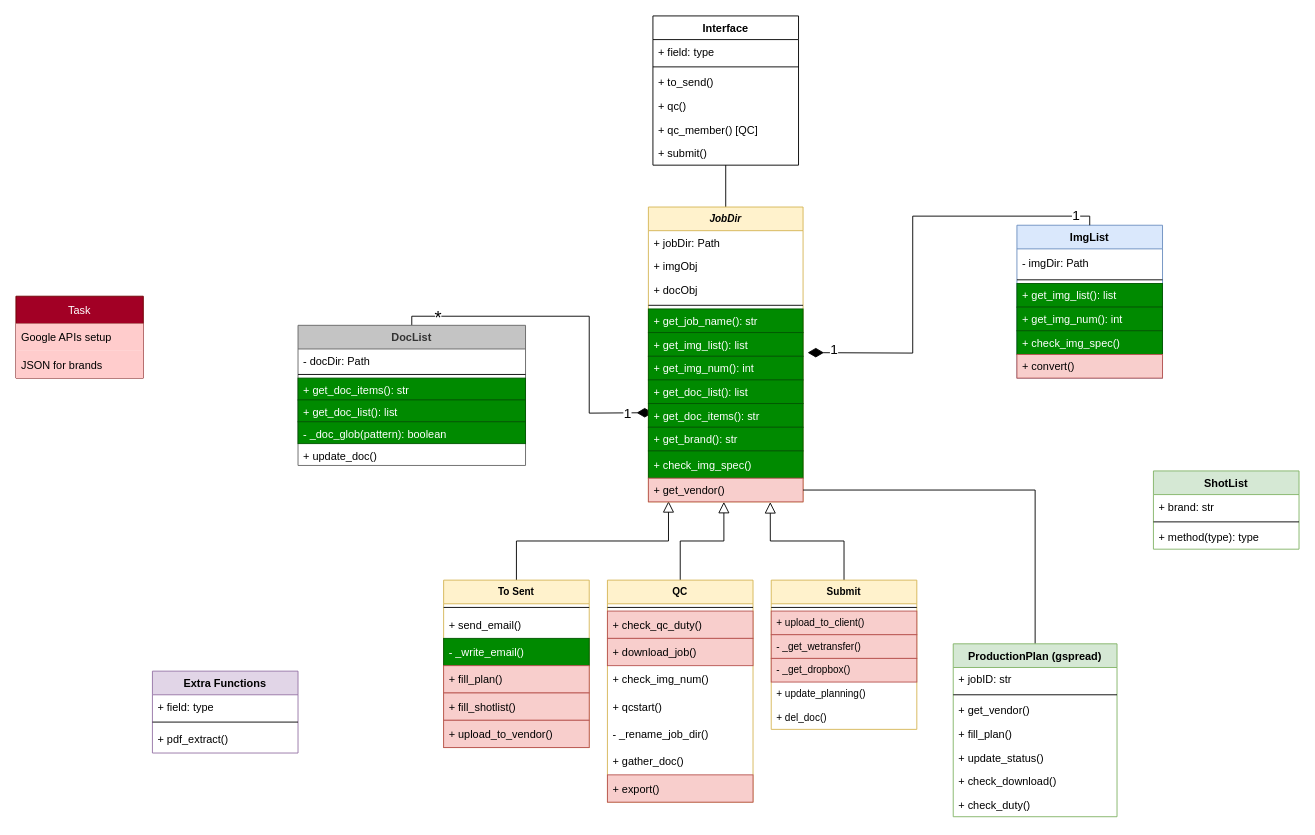
Above: page "Class Diagram" (1 of 2) of python/IHS Class Diagram.drawio in pugtooone/IHS (draw.io), before the change. Source tidied: cells renumbered, new cells numbered last; positions are measured from the earlier drawing's top-left corner, leaving out a move shared by most shapes. Both pictures are drawn from the tidied source at 91%, with x=0, y=0 at pixel (15, 15).
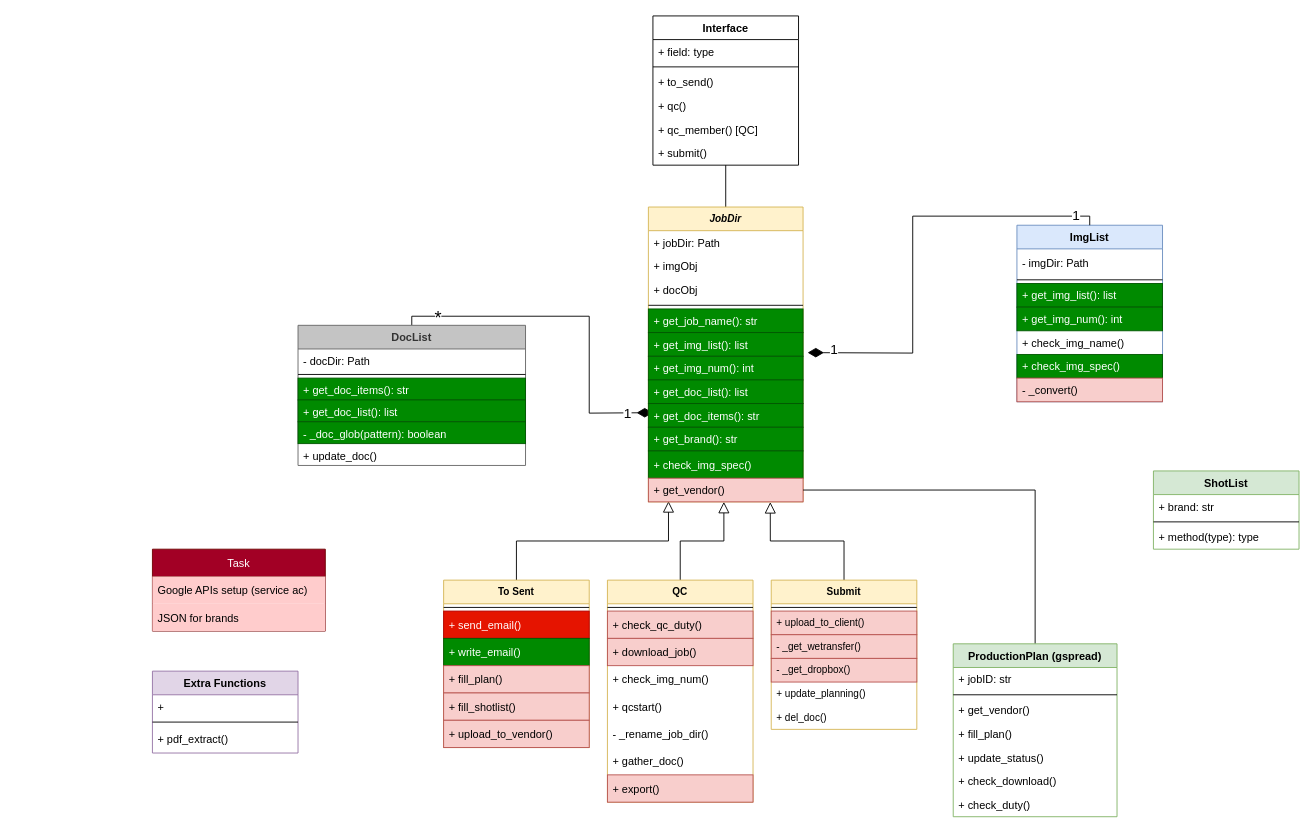
Above is the later version.

The change refers to these unchanged cells:
```xml
<mxCell id="30" value="To Sent" style="swimlane;fontStyle=1;align=center;verticalAlign=top;horizontal=1;startSize=26;fontSize=11;fillColor=#fff2cc;strokeColor=#d6b656;" parent="1" vertex="1">
  <mxGeometry x="470" y="620" width="160" height="184" as="geometry" />
</mxCell>
<mxCell id="82" value="Extra Functions" style="swimlane;fontStyle=1;align=center;verticalAlign=top;horizontal=1;startSize=26;fillColor=#e1d5e7;strokeColor=#9673a6;" parent="1" vertex="1">
  <mxGeometry x="150" y="720" width="160" height="90" as="geometry" />
</mxCell>
```

Diff of the diagram source:
```diff
@@
     <mxCell id="12" value="ImgList" style="swimlane;fontStyle=1;align=center;verticalAlign=top;horizontal=1;startSize=26;fillColor=#dae8fc;strokeColor=#6c8ebf;" parent="1" vertex="1">
-      <mxGeometry x="1100" y="230" width="160" height="168" as="geometry" />
+      <mxGeometry x="1100" y="230" width="160" height="194" as="geometry" />
     </mxCell>
@@
+    <mxCell id="89" value="+ check_img_name()" style="text;align=left;verticalAlign=top;spacingLeft=4;spacingRight=4;overflow=hidden;" parent="12" vertex="1">
+      <mxGeometry y="116" width="160" height="26" as="geometry" />
+    </mxCell>
     <mxCell id="17" value="+ check_img_spec()" style="text;strokeColor=#005700;fillColor=#008a00;align=left;verticalAlign=top;spacingLeft=4;spacingRight=4;overflow=hidden;fontColor=#ffffff;" parent="12" vertex="1">
-      <mxGeometry y="116" width="160" height="26" as="geometry" />
+      <mxGeometry y="142" width="160" height="26" as="geometry" />
     </mxCell>
-    <mxCell id="18" value="+ convert()" style="text;strokeColor=#b85450;fillColor=#f8cecc;align=left;verticalAlign=top;spacingLeft=4;spacingRight=4;overflow=hidden;" parent="12" vertex="1">
-      <mxGeometry y="142" width="160" height="26" as="geometry" />
+    <mxCell id="18" value="- _convert()" style="text;strokeColor=#b85450;fillColor=#f8cecc;align=left;verticalAlign=top;spacingLeft=4;spacingRight=4;overflow=hidden;" parent="12" vertex="1">
+      <mxGeometry y="168" width="160" height="26" as="geometry" />
     </mxCell>
@@
-    <mxCell id="32" value="+ send_email()" style="text;strokeColor=none;fillColor=none;align=left;verticalAlign=middle;spacingLeft=4;spacingRight=4;overflow=hidden;" parent="30" vertex="1">
+    <mxCell id="32" value="+ send_email()" style="text;strokeColor=#B20000;fillColor=#e51400;align=left;verticalAlign=middle;spacingLeft=4;spacingRight=4;overflow=hidden;fontColor=#ffffff;" parent="30" vertex="1">
       <mxGeometry y="34" width="160" height="30" as="geometry" />
     </mxCell>
-    <mxCell id="33" value="- _write_email()" style="text;strokeColor=#005700;fillColor=#008a00;align=left;verticalAlign=middle;spacingLeft=4;spacingRight=4;overflow=hidden;fontColor=#ffffff;" parent="30" vertex="1">
+    <mxCell id="33" value="+ write_email()" style="text;strokeColor=#005700;fillColor=#008a00;align=left;verticalAlign=middle;spacingLeft=4;spacingRight=4;overflow=hidden;fontColor=#ffffff;" parent="30" vertex="1">
       <mxGeometry y="64" width="160" height="30" as="geometry" />
     </mxCell>
@@
-    <mxCell id="83" value="+ field: type" style="text;strokeColor=none;fillColor=none;align=left;verticalAlign=top;spacingLeft=4;spacingRight=4;overflow=hidden;" parent="82" vertex="1">
+    <mxCell id="83" value="+ " style="text;strokeColor=none;fillColor=none;align=left;verticalAlign=top;spacingLeft=4;spacingRight=4;overflow=hidden;" parent="82" vertex="1">
       <mxGeometry y="26" width="160" height="26" as="geometry" />
     </mxCell>
@@
     <mxCell id="86" value="Task" style="swimlane;fontStyle=0;horizontal=1;startSize=30;fillColor=#a20025;fontColor=#ffffff;strokeColor=#6F0000;" parent="1" vertex="1">
-      <mxGeometry y="308" width="140" height="90" as="geometry" />
+      <mxGeometry x="150" y="586" width="190" height="90" as="geometry" />
     </mxCell>
-    <mxCell id="87" value="Google APIs setup" style="text;strokeColor=none;fillColor=#FFCCCC;align=left;verticalAlign=middle;spacingLeft=4;spacingRight=4;overflow=hidden;" parent="86" vertex="1">
-      <mxGeometry y="30" width="140" height="30" as="geometry" />
+    <mxCell id="87" value="Google APIs setup (service ac)" style="text;strokeColor=none;fillColor=#FFCCCC;align=left;verticalAlign=middle;spacingLeft=4;spacingRight=4;overflow=hidden;" parent="86" vertex="1">
+      <mxGeometry y="30" width="190" height="30" as="geometry" />
     </mxCell>
     <mxCell id="88" value="JSON for brands" style="text;strokeColor=none;fillColor=#FFCCCC;align=left;verticalAlign=middle;spacingLeft=4;spacingRight=4;overflow=hidden;" parent="86" vertex="1">
-      <mxGeometry y="60" width="140" height="30" as="geometry" />
+      <mxGeometry y="60" width="190" height="30" as="geometry" />
     </mxCell>
```
